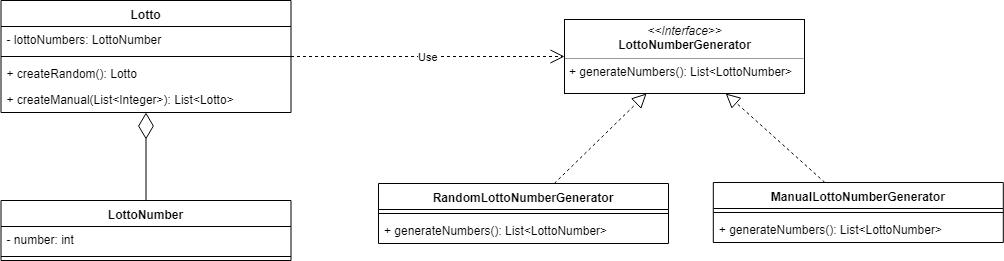
woowacourse/java-lotto keeps this draw.io diagram as resources/java-lotto-uml.png. Above is the earlier version. Source tidied: cells renumbered, new cells last; positions are measured from the earlier drawing's top-left corner, leaving out a move shared by most shapes.
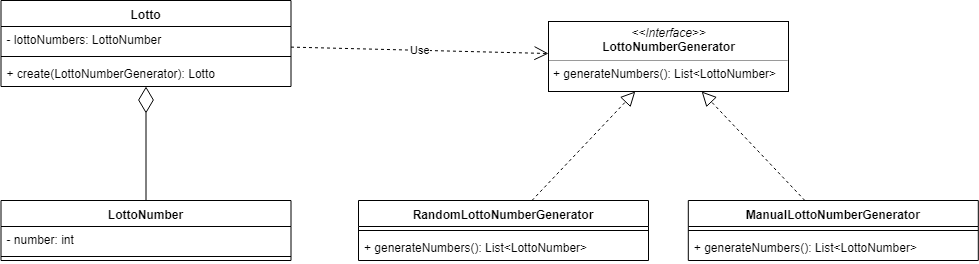
Above is the later version.

What changed in the source:
```diff
@@ -3,7 +3,7 @@
     <mxCell id="0" />
     <mxCell id="1" parent="0" />
     <mxCell id="2" value="Lotto" style="swimlane;fontStyle=1;align=center;verticalAlign=top;horizontal=1;startSize=26;" parent="1" vertex="1">
-      <mxGeometry x="0.5" width="290" height="112" as="geometry" />
+      <mxGeometry x="0.5" width="290" height="86" as="geometry" />
     </mxCell>
     <mxCell id="3" value="- lottoNumbers: LottoNumber" style="text;strokeColor=none;fillColor=none;align=left;verticalAlign=top;spacingLeft=4;spacingRight=4;overflow=hidden;" parent="2" vertex="1">
       <mxGeometry y="26" width="290" height="26" as="geometry" />
@@ -11,12 +11,9 @@
     <mxCell id="4" style="line;strokeWidth=1;fillColor=none;align=left;verticalAlign=middle;spacingTop=-1;spacingLeft=3;spacingRight=3;labelPosition=right;" parent="2" vertex="1">
       <mxGeometry y="52" width="290" height="8" as="geometry" />
     </mxCell>
-    <mxCell id="5" value="+ createRandom(): Lotto" style="text;strokeColor=none;fillColor=none;align=left;verticalAlign=top;spacingLeft=4;spacingRight=4;overflow=hidden;" parent="2" vertex="1">
+    <mxCell id="5" value="+ create(LottoNumberGenerator): Lotto" style="text;strokeColor=none;fillColor=none;align=left;verticalAlign=top;spacingLeft=4;spacingRight=4;overflow=hidden;" parent="2" vertex="1">
       <mxGeometry y="60" width="290" height="26" as="geometry" />
     </mxCell>
-    <mxCell id="6" value="+ createManual(List&lt;Integer&gt;): List&lt;Lotto&gt;&#10;" style="text;strokeColor=none;fillColor=none;align=left;verticalAlign=top;spacingLeft=4;spacingRight=4;overflow=hidden;" parent="2" vertex="1">
-      <mxGeometry y="86" width="290" height="26" as="geometry" />
-    </mxCell>
     <mxCell id="7" value="LottoNumber&#10;" style="swimlane;fontStyle=1;align=center;verticalAlign=top;horizontal=1;startSize=26;" parent="1" vertex="1">
       <mxGeometry x="0.5" y="200" width="290" height="60" as="geometry" />
     </mxCell>
@@ -30,7 +27,7 @@
       <mxGeometry relative="1" as="geometry" />
     </mxCell>
     <mxCell id="11" value="RandomLottoNumberGenerator&#10;" style="swimlane;fontStyle=1;align=center;verticalAlign=top;horizontal=1;startSize=26;" parent="1" vertex="1">
-      <mxGeometry x="378" y="183" width="290" height="60" as="geometry" />
+      <mxGeometry x="358" y="200" width="290" height="60" as="geometry" />
     </mxCell>
     <mxCell id="12" style="line;strokeWidth=1;fillColor=none;align=left;verticalAlign=middle;spacingTop=-1;spacingLeft=3;spacingRight=3;labelPosition=right;" parent="11" vertex="1">
       <mxGeometry y="26" width="290" height="8" as="geometry" />
@@ -41,11 +38,8 @@
     <mxCell id="14" value="Use" style="endArrow=open;endSize=12;dashed=1;html=1;" parent="1" edge="1" source="2" target="15">
       <mxGeometry relative="1" as="geometry" />
     </mxCell>
-    <mxCell id="15" value="&lt;p style=&quot;margin: 0px ; margin-top: 4px ; text-align: center&quot;&gt;&lt;i&gt;&amp;lt;&amp;lt;Interface&amp;gt;&amp;gt;&lt;/i&gt;&lt;br&gt;&lt;b&gt;LottoNumberGenerator&lt;/b&gt;&lt;/p&gt;&lt;hr size=&quot;1&quot;&gt;&lt;p style=&quot;margin: 0px ; margin-left: 4px&quot;&gt;&lt;/p&gt;&lt;p style=&quot;margin: 0px ; margin-left: 4px&quot;&gt;+ generateNumbers(): List&amp;lt;LottoNumber&amp;gt;&lt;br&gt;&lt;/p&gt;" style="verticalAlign=top;align=left;overflow=fill;fontSize=12;fontFamily=Helvetica;html=1;" parent="1" vertex="1">
-      <mxGeometry x="564" y="19" width="240" height="74" as="geometry" />
-    </mxCell>
     <mxCell id="16" value="ManualLottoNumberGenerator&#10;" style="swimlane;fontStyle=1;align=center;verticalAlign=top;horizontal=1;startSize=26;" parent="1" vertex="1">
-      <mxGeometry x="712.8" y="182" width="290" height="60" as="geometry" />
+      <mxGeometry x="687.8" y="200" width="290" height="60" as="geometry" />
     </mxCell>
     <mxCell id="17" style="line;strokeWidth=1;fillColor=none;align=left;verticalAlign=middle;spacingTop=-1;spacingLeft=3;spacingRight=3;labelPosition=right;" parent="16" vertex="1">
       <mxGeometry y="26" width="290" height="8" as="geometry" />
@@ -53,6 +47,9 @@
     <mxCell id="18" value="+ generateNumbers(): List&lt;LottoNumber&gt;&#10;" style="text;strokeColor=none;fillColor=none;align=left;verticalAlign=top;spacingLeft=4;spacingRight=4;overflow=hidden;" parent="16" vertex="1">
       <mxGeometry y="34" width="290" height="26" as="geometry" />
     </mxCell>
+    <mxCell id="15" value="&lt;p style=&quot;margin: 0px ; margin-top: 4px ; text-align: center&quot;&gt;&lt;i&gt;&amp;lt;&amp;lt;Interface&amp;gt;&amp;gt;&lt;/i&gt;&lt;br&gt;&lt;b&gt;LottoNumberGenerator&lt;/b&gt;&lt;/p&gt;&lt;hr size=&quot;1&quot;&gt;&lt;p style=&quot;margin: 0px ; margin-left: 4px&quot;&gt;+ generateNumbers(): List&amp;lt;LottoNumber&amp;gt;&lt;br&gt;&lt;/p&gt;" style="verticalAlign=top;align=left;overflow=fill;fontSize=12;fontFamily=Helvetica;html=1;" parent="1" vertex="1">
+      <mxGeometry x="548" y="21" width="240" height="70" as="geometry" />
+    </mxCell>
     <mxCell id="19" style="endArrow=block;dashed=1;endFill=0;endSize=12;html=1;" parent="1" edge="1" source="11" target="15">
       <mxGeometry relative="1" as="geometry" />
     </mxCell>
```
